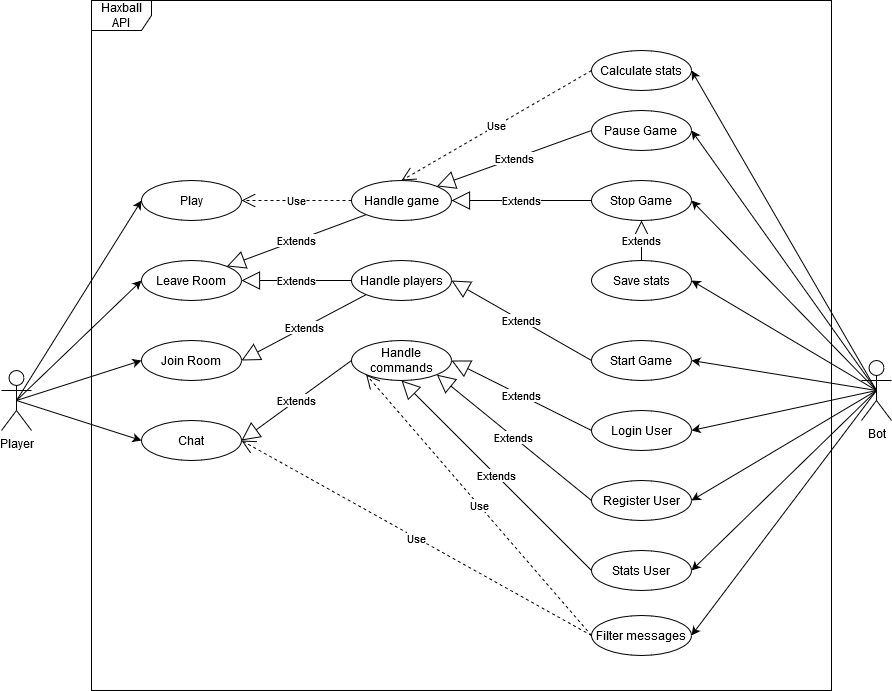
Above: UseDiagram.png in umb-hub/haxballbot (draw.io), before the change. Source tidied: cells renumbered, new cells last; positions are measured from the earlier drawing's top-left corner, leaving out a move shared by most shapes.
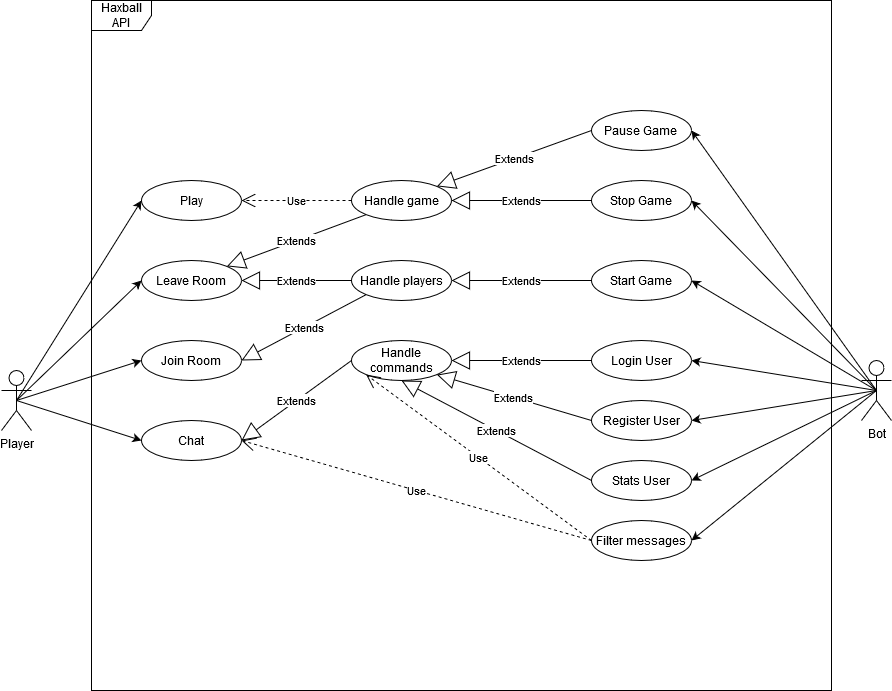
Later version of the same file.

Change to the diagram source:
```diff
@@ -44,19 +44,19 @@
       <mxGeometry x="350" y="340" width="100" height="40" as="geometry" />
     </mxCell>
     <mxCell id="15" value="Filter messages" style="ellipse;whiteSpace=wrap;html=1;" parent="1" vertex="1">
-      <mxGeometry x="590" y="615" width="100" height="40" as="geometry" />
+      <mxGeometry x="590" y="520" width="100" height="40" as="geometry" />
     </mxCell>
     <mxCell id="16" value="&lt;div&gt;Bot&lt;/div&gt;" style="shape=umlActor;verticalLabelPosition=bottom;verticalAlign=top;html=1;" parent="1" vertex="1">
       <mxGeometry x="860" y="360" width="30" height="60" as="geometry" />
     </mxCell>
     <mxCell id="17" value="&lt;div&gt;Login User&lt;/div&gt;" style="ellipse;whiteSpace=wrap;html=1;" parent="1" vertex="1">
-      <mxGeometry x="590" y="410" width="100" height="40" as="geometry" />
+      <mxGeometry x="590" y="340" width="100" height="40" as="geometry" />
     </mxCell>
     <mxCell id="18" value="Register User" style="ellipse;whiteSpace=wrap;html=1;" parent="1" vertex="1">
-      <mxGeometry x="590" y="480" width="100" height="40" as="geometry" />
+      <mxGeometry x="590" y="400" width="100" height="40" as="geometry" />
     </mxCell>
     <mxCell id="19" value="Stats User" style="ellipse;whiteSpace=wrap;html=1;" parent="1" vertex="1">
-      <mxGeometry x="590" y="550" width="100" height="40" as="geometry" />
+      <mxGeometry x="590" y="460" width="100" height="40" as="geometry" />
     </mxCell>
     <mxCell id="20" value="&lt;div&gt;Pause Game&lt;br&gt;&lt;/div&gt;" style="ellipse;whiteSpace=wrap;html=1;" parent="1" vertex="1">
       <mxGeometry x="590" y="110" width="100" height="40" as="geometry" />
@@ -65,14 +65,8 @@
       <mxGeometry x="590" y="180" width="100" height="40" as="geometry" />
     </mxCell>
     <mxCell id="22" value="&lt;div&gt;Start Game&lt;br&gt;&lt;/div&gt;" style="ellipse;whiteSpace=wrap;html=1;" parent="1" vertex="1">
-      <mxGeometry x="590" y="340" width="100" height="40" as="geometry" />
+      <mxGeometry x="590" y="260" width="100" height="40" as="geometry" />
     </mxCell>
-    <mxCell id="23" value="Calculate stats" style="ellipse;whiteSpace=wrap;html=1;" parent="1" vertex="1">
-      <mxGeometry x="590" y="50" width="100" height="40" as="geometry" />
-    </mxCell>
-    <mxCell id="24" value="Save stats" style="ellipse;whiteSpace=wrap;html=1;" parent="1" vertex="1">
-      <mxGeometry x="590" y="260" width="100" height="40" as="geometry" />
-    </mxCell>
     <mxCell id="25" value="Extends" style="endArrow=block;endSize=16;endFill=0;html=1;exitX=0;exitY=1;exitDx=0;exitDy=0;entryX=1;entryY=0.5;entryDx=0;entryDy=0;" parent="1" edge="1" source="12" target="5">
       <mxGeometry relative="1" as="geometry" />
     </mxCell>
@@ -100,9 +94,6 @@
     <mxCell id="33" value="Extends" style="endArrow=block;endSize=16;endFill=0;html=1;exitX=0;exitY=0.5;exitDx=0;exitDy=0;entryX=1;entryY=0.5;entryDx=0;entryDy=0;" parent="1" edge="1" source="22" target="12">
       <mxGeometry relative="1" as="geometry" />
     </mxCell>
-    <mxCell id="34" value="Use" style="endArrow=open;endSize=12;dashed=1;html=1;exitX=0;exitY=0.5;exitDx=0;exitDy=0;entryX=0.5;entryY=0;entryDx=0;entryDy=0;" parent="1" edge="1" source="23" target="13">
-      <mxGeometry relative="1" as="geometry" />
-    </mxCell>
     <mxCell id="35" value="Extends" style="endArrow=block;endSize=16;endFill=0;html=1;exitX=0;exitY=0.5;exitDx=0;exitDy=0;entryX=1;entryY=0.5;entryDx=0;entryDy=0;" parent="1" edge="1" source="17" target="14">
       <mxGeometry relative="1" as="geometry" />
     </mxCell>
@@ -112,9 +103,6 @@
     <mxCell id="37" value="Extends" style="endArrow=block;endSize=16;endFill=0;html=1;exitX=0;exitY=0.5;exitDx=0;exitDy=0;entryX=0.5;entryY=1;entryDx=0;entryDy=0;" parent="1" edge="1" source="19" target="14">
       <mxGeometry relative="1" as="geometry" />
     </mxCell>
-    <mxCell id="38" style="endArrow=classic;html=1;exitX=0.5;exitY=0.5;exitDx=0;exitDy=0;exitPerimeter=0;entryX=1;entryY=0.5;entryDx=0;entryDy=0;" parent="1" edge="1" source="16" target="23">
-      <mxGeometry relative="1" as="geometry" />
-    </mxCell>
     <mxCell id="39" style="endArrow=classic;html=1;exitX=0.5;exitY=0.5;exitDx=0;exitDy=0;exitPerimeter=0;entryX=1;entryY=0.5;entryDx=0;entryDy=0;" parent="1" edge="1" source="16" target="20">
       <mxGeometry relative="1" as="geometry" />
     </mxCell>
@@ -127,9 +115,6 @@
     <mxCell id="42" style="endArrow=classic;html=1;exitX=0.5;exitY=0.5;exitDx=0;exitDy=0;exitPerimeter=0;entryX=1;entryY=0.5;entryDx=0;entryDy=0;" parent="1" edge="1" source="16" target="17">
       <mxGeometry relative="1" as="geometry" />
     </mxCell>
-    <mxCell id="43" style="endArrow=classic;html=1;exitX=0.5;exitY=0.5;exitDx=0;exitDy=0;exitPerimeter=0;entryX=1;entryY=0.5;entryDx=0;entryDy=0;" parent="1" edge="1" source="16" target="24">
-      <mxGeometry relative="1" as="geometry" />
-    </mxCell>
     <mxCell id="44" style="endArrow=classic;html=1;exitX=0.5;exitY=0.5;exitDx=0;exitDy=0;exitPerimeter=0;entryX=1;entryY=0.5;entryDx=0;entryDy=0;" parent="1" edge="1" source="16" target="18">
       <mxGeometry relative="1" as="geometry" />
     </mxCell>
@@ -139,13 +124,8 @@
     <mxCell id="46" style="endArrow=classic;html=1;exitX=0.5;exitY=0.5;exitDx=0;exitDy=0;exitPerimeter=0;entryX=1;entryY=0.5;entryDx=0;entryDy=0;" parent="1" edge="1" source="16" target="15">
       <mxGeometry relative="1" as="geometry" />
     </mxCell>
-    <mxCell id="47" value="Use" style="endArrow=open;endSize=12;dashed=1;html=1;exitX=0;exitY=0.5;exitDx=0;exitDy=0;entryX=0;entryY=1;entryDx=0;entryDy=0;" parent="1" edge="1" target="14">
-      <mxGeometry relative="1" as="geometry">
-        <mxPoint x="590" y="635" as="sourcePoint" />
-      </mxGeometry>
+    <mxCell id="47" value="Use" style="endArrow=open;endSize=12;dashed=1;html=1;exitX=0;exitY=0.5;exitDx=0;exitDy=0;entryX=0;entryY=1;entryDx=0;entryDy=0;" parent="1" edge="1" source="15" target="14">
+      <mxGeometry relative="1" as="geometry" />
     </mxCell>
-    <mxCell id="48" value="Extends" style="endArrow=block;endSize=16;endFill=0;html=1;exitX=0.5;exitY=0;exitDx=0;exitDy=0;entryX=0.5;entryY=1;entryDx=0;entryDy=0;" parent="1" edge="1" source="24" target="21">
-      <mxGeometry relative="1" as="geometry" />
-    </mxCell>
   </root>
 </mxGraphModel>
```
